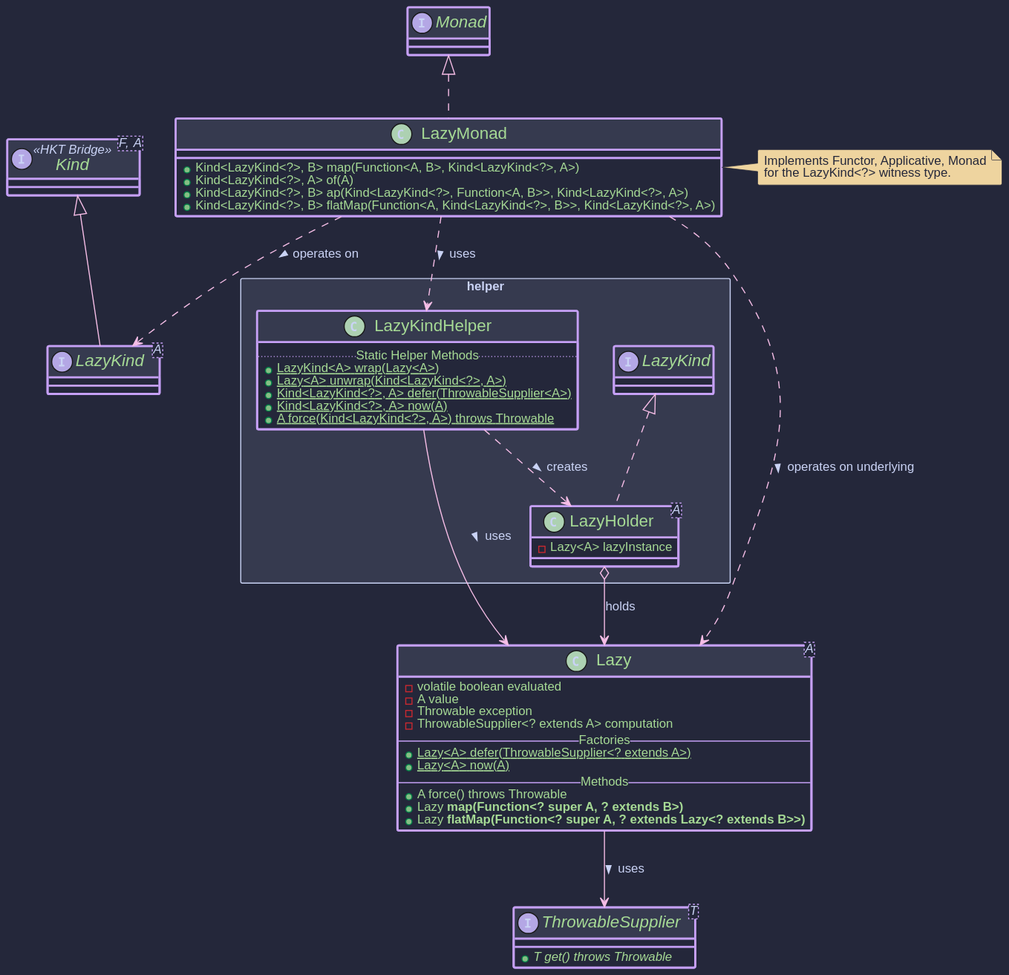
The PlantUML diagram hkj-book/src/images/puml/lazy_components.svg in higher-kinded-j/higher-kinded-j, before a commit.
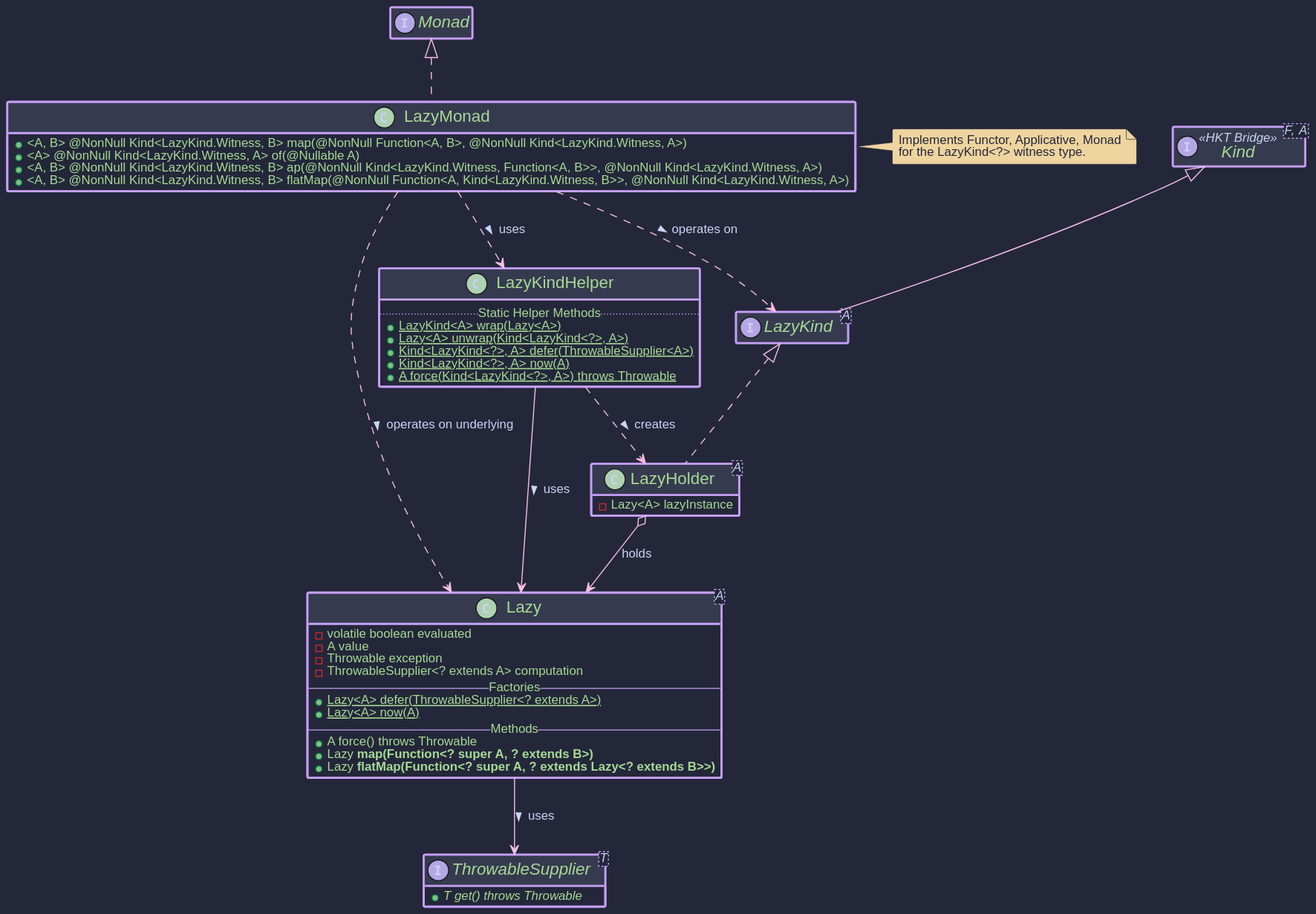
Above is the later version.

Diff of the diagram source:
```diff
@@ -1,6 +1,6 @@
 @startuml
 !include https://raw.githubusercontent.com/ncosta-ic/catppuccin-macchiato-plantuml-theme/main/theme.puml
-
+hide empty members
 interface ThrowableSupplier<T> {
   + {abstract} T get() throws Throwable
 }
@@ -26,7 +26,7 @@
 interface LazyKind<A> extends Kind<LazyKind<?>, A> {
 }
 
-package helper <<Rectangle>> {
+
   class LazyKindHelper {
     .. Static Helper Methods ..
     + {static} LazyKind<A> wrap(Lazy<A>)
@@ -42,13 +42,15 @@
   LazyKindHelper ..> LazyHolder : creates >
   LazyKindHelper --> Lazy : uses >
   LazyHolder o--> Lazy : holds
-}
 
-class LazyMonad implements Monad<LazyKind<?>> {
-  + Kind<LazyKind<?>, B> map(Function<A, B>, Kind<LazyKind<?>, A>)
-  + Kind<LazyKind<?>, A> of(A)
-  + Kind<LazyKind<?>, B> ap(Kind<LazyKind<?>, Function<A, B>>, Kind<LazyKind<?>, A>)
-  + Kind<LazyKind<?>, B> flatMap(Function<A, Kind<LazyKind<?>, B>>, Kind<LazyKind<?>, A>)
+
+
+
+class LazyMonad implements Monad<LazyKind.Witness> {
+ + <A, B> @NonNull Kind<LazyKind.Witness, B> map(@NonNull Function<A, B>, @NonNull Kind<LazyKind.Witness, A>)
+ + <A> @NonNull Kind<LazyKind.Witness, A> of(@Nullable A)
+ + <A, B> @NonNull Kind<LazyKind.Witness, B> ap(@NonNull Kind<LazyKind.Witness, Function<A, B>>, @NonNull Kind<LazyKind.Witness, A>)
+ + <A, B> @NonNull Kind<LazyKind.Witness, B> flatMap(@NonNull Function<A, Kind<LazyKind.Witness, B>>, @NonNull Kind<LazyKind.Witness, A>)
 }
 LazyMonad ..> LazyKindHelper : uses >
 LazyMonad ..> LazyKind : operates on >
```
